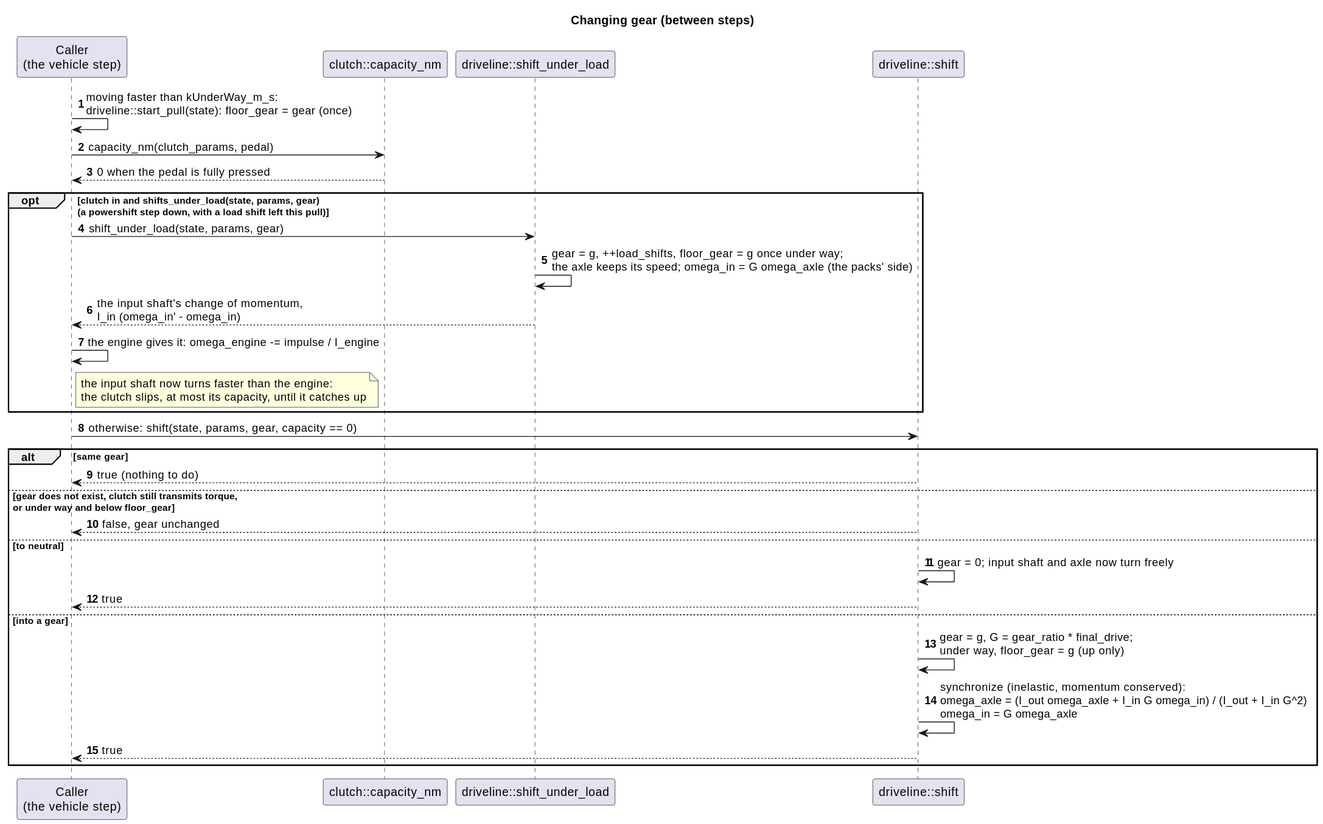
The PlantUML diagram docs/diagrams/svg/gear_shift_sequence.svg in wversteeg/TractorPulling, before a commit.
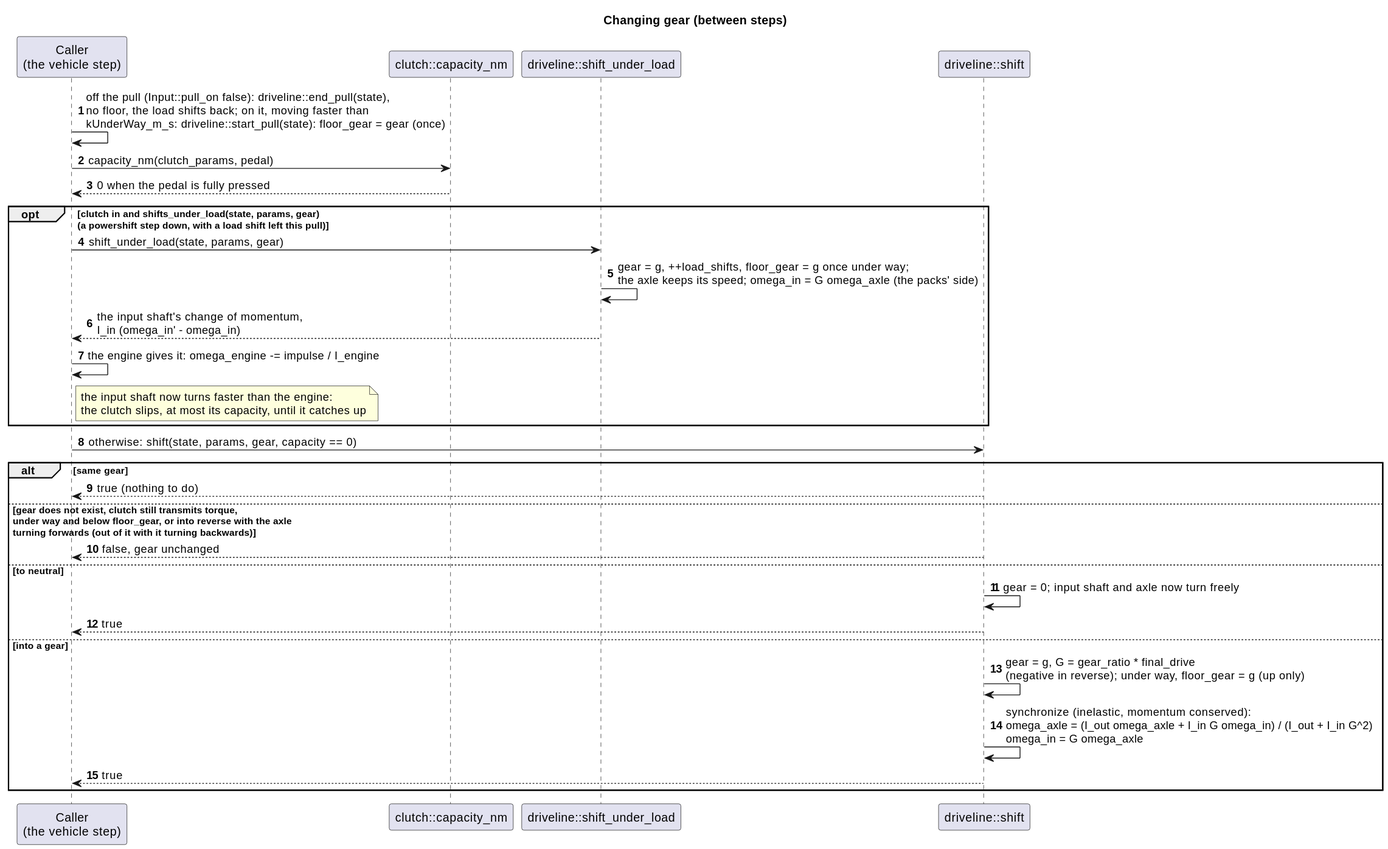
After the commit.

Diff of the diagram source:
```diff
@@ -6,7 +6,7 @@
 participant "driveline::shift_under_load" as Load
 participant "driveline::shift" as Shift
 
-Caller -> Caller : moving faster than kUnderWay_m_s:\ndriveline::start_pull(state): floor_gear = gear (once)
+Caller -> Caller : off the pull (Input::pull_on false): driveline::end_pull(state),\nno floor, the load shifts back; on it, moving faster than\nkUnderWay_m_s: driveline::start_pull(state): floor_gear = gear (once)
 Caller -> Capacity : capacity_nm(clutch_params, pedal)
 Capacity --> Caller : 0 when the pedal is fully pressed
 opt clutch in and shifts_under_load(state, params, gear)\n(a powershift step down, with a load shift left this pull)
@@ -19,13 +19,13 @@
 Caller -> Shift : otherwise: shift(state, params, gear, capacity == 0)
 alt same gear
   Shift --> Caller : true (nothing to do)
-else gear does not exist, clutch still transmits torque,\nor under way and below floor_gear
+else gear does not exist, clutch still transmits torque,\nunder way and below floor_gear, or into reverse with the axle\nturning forwards (out of it with it turning backwards)
   Shift --> Caller : false, gear unchanged
 else to neutral
   Shift -> Shift : gear = 0; input shaft and axle now turn freely
   Shift --> Caller : true
 else into a gear
-  Shift -> Shift : gear = g, G = gear_ratio * final_drive;\nunder way, floor_gear = g (up only)
+  Shift -> Shift : gear = g, G = gear_ratio * final_drive\n(negative in reverse); under way, floor_gear = g (up only)
   Shift -> Shift : synchronize (inelastic, momentum conserved):\nomega_axle = (I_out omega_axle + I_in G omega_in) / (I_out + I_in G^2)\nomega_in = G omega_axle
   Shift --> Caller : true
 end
```
